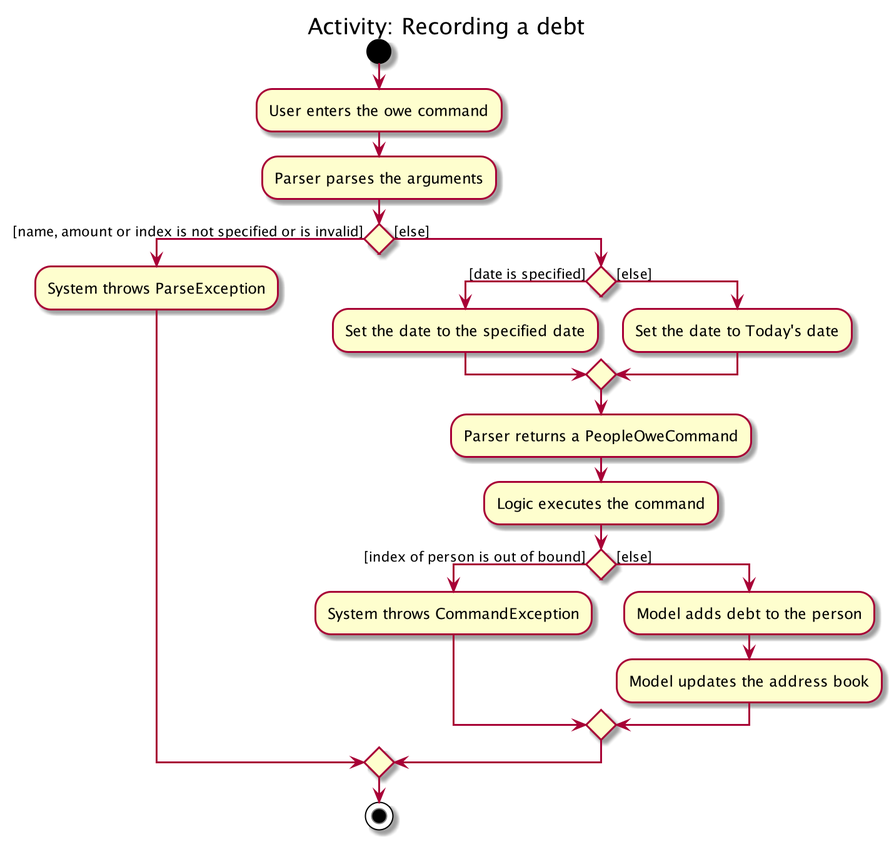
syinyichen/main keeps this PlantUML diagram as docs/images/OweActivityDiagram.png. Above is the earlier version.
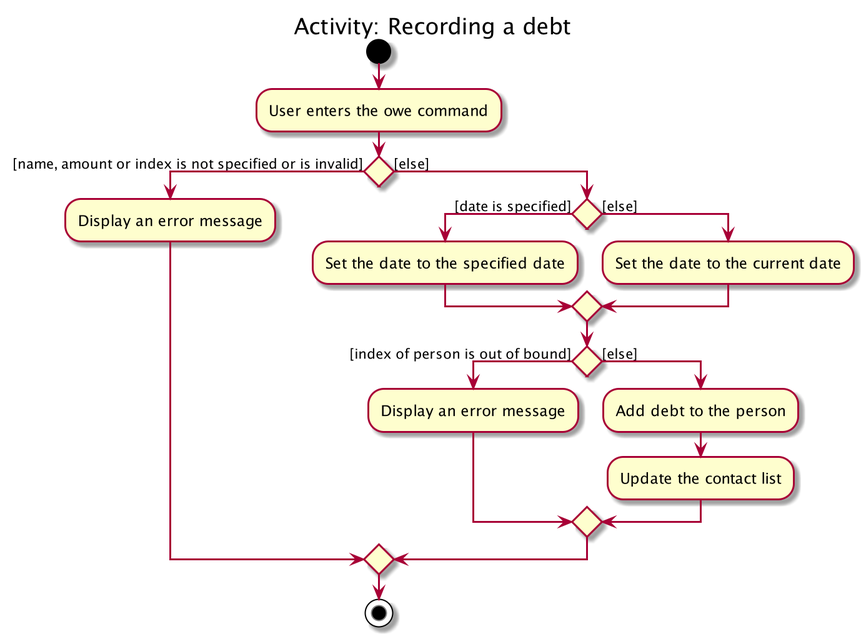
After the change.

Change to the diagram source:
```diff
@@ -2,23 +2,20 @@
 title Activity: Recording a debt
 start
 :User enters the owe command;
-:Parser parses the arguments;
 
 if () then ([name, amount or index is not specified or is invalid])
-    :System throws ParseException;
+    :Display an error message;
 else ([else])
     if () then ([date is specified])
         :Set the date to the specified date;
     else ([else])
-        :Set the date to Today's date;
+        :Set the date to the current date;
     endif
-    :Parser returns a PeopleOweCommand;
-    :Logic executes the command;
     if () then ([index of person is out of bound])
-        :System throws CommandException;
+        :Display an error message;
     else ([else])
-        :Model adds debt to the person;
-        :Model updates the address book;
+        :Add debt to the person;
+        :Update the contact list;
     endif
 endif
 stop
```
